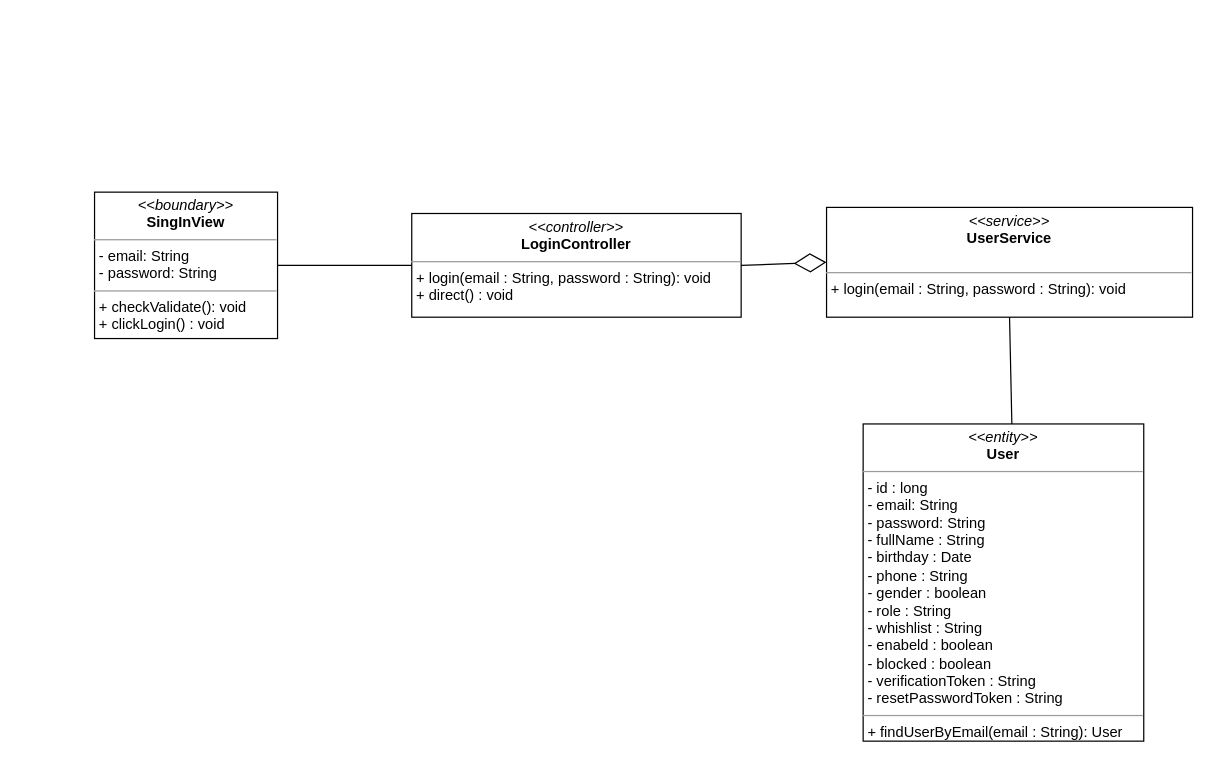
This is class diagram/login-class-diagram.drawio from nguyenphamvan/datn_20202, a draw.io file, before an edit. Source tidied: cells renumbered, new cells numbered last; positions are measured from the earlier drawing's top-left corner, leaving out a move shared by most shapes. Both pictures are drawn from the tidied source at 122%, with x=0, y=0 at pixel (94, 192).
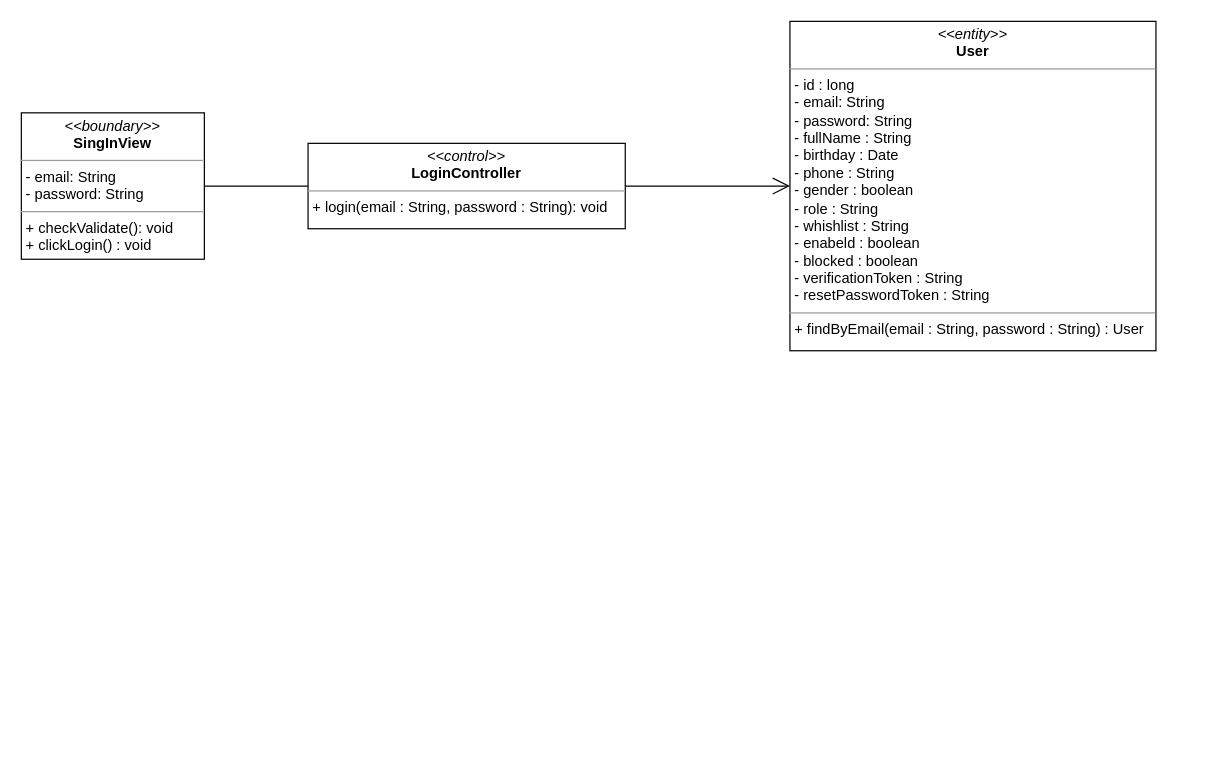
The same diagram, later.

What changed in the source:
```diff
@@
 <mxGraphModel>
   <root>
     <mxCell id="0" />
     <mxCell id="1" parent="0" />
     <mxCell id="2" value="&lt;p style=&quot;margin: 0px ; margin-top: 4px ; text-align: center&quot;&gt;&lt;i&gt;&amp;lt;&amp;lt;boundary&amp;gt;&amp;gt;&lt;/i&gt;&lt;br&gt;&lt;b&gt;SingInView&lt;/b&gt;&lt;/p&gt;&lt;hr size=&quot;1&quot;&gt;&lt;p style=&quot;margin: 0px ; margin-left: 4px&quot;&gt;- email: String&lt;br&gt;- password: String&lt;/p&gt;&lt;hr size=&quot;1&quot;&gt;&lt;p style=&quot;margin: 0px ; margin-left: 4px&quot;&gt;+ checkValidate(): void&lt;/p&gt;&lt;p style=&quot;margin: 0px ; margin-left: 4px&quot;&gt;+ clickLogin() : void&lt;/p&gt;" style="verticalAlign=top;align=left;overflow=fill;fontSize=12;fontFamily=Helvetica;html=1;" parent="1" vertex="1">
-      <mxGeometry width="150" height="120" as="geometry" />
+      <mxGeometry x="-60" y="-65" width="150" height="120" as="geometry" />
     </mxCell>
-    <mxCell id="3" value="&lt;p style=&quot;margin: 0px ; margin-top: 4px ; text-align: center&quot;&gt;&lt;i&gt;&amp;lt;&amp;lt;controller&amp;gt;&amp;gt;&lt;/i&gt;&lt;br&gt;&lt;b&gt;LoginController&lt;/b&gt;&lt;/p&gt;&lt;hr size=&quot;1&quot;&gt;&lt;p style=&quot;margin: 0px ; margin-left: 4px&quot;&gt;+ login(email : String, password : String): void&lt;br&gt;&lt;/p&gt;&lt;p style=&quot;margin: 0px ; margin-left: 4px&quot;&gt;+ direct() : void&lt;/p&gt;" style="verticalAlign=top;align=left;overflow=fill;fontSize=12;fontFamily=Helvetica;html=1;" parent="1" vertex="1">
-      <mxGeometry x="260" y="17.5" width="270" height="85" as="geometry" />
-    </mxCell>
-    <mxCell id="4" style="endArrow=none;html=1;edgeStyle=orthogonalEdgeStyle;exitX=1;exitY=0.5;exitDx=0;exitDy=0;entryX=0;entryY=0.5;entryDx=0;entryDy=0;" parent="1" edge="1" source="2" target="3">
+    <mxCell id="4" style="endArrow=none;html=1;edgeStyle=orthogonalEdgeStyle;exitX=1;exitY=0.5;exitDx=0;exitDy=0;" parent="1" edge="1" source="2" target="9">
       <mxGeometry relative="1" as="geometry" />
     </mxCell>
-    <mxCell id="5" value="&lt;p style=&quot;margin: 0px ; margin-top: 4px ; text-align: center&quot;&gt;&lt;i&gt;&amp;lt;&amp;lt;service&amp;gt;&amp;gt;&lt;/i&gt;&lt;br&gt;&lt;b&gt;UserService&lt;/b&gt;&lt;/p&gt;&lt;p style=&quot;margin: 0px ; margin-left: 4px&quot;&gt;&lt;br&gt;&lt;/p&gt;&lt;hr size=&quot;1&quot;&gt;&lt;p style=&quot;margin: 0px ; margin-left: 4px&quot;&gt;+ login(email : String, password : String): void&lt;/p&gt;" style="verticalAlign=top;align=left;overflow=fill;fontSize=12;fontFamily=Helvetica;html=1;" parent="1" vertex="1">
-      <mxGeometry x="600" y="12.5" width="300" height="90" as="geometry" />
-    </mxCell>
-    <mxCell id="6" value="&lt;p style=&quot;margin: 0px ; margin-top: 4px ; text-align: center&quot;&gt;&lt;i&gt;&amp;lt;&amp;lt;entity&amp;gt;&amp;gt;&lt;/i&gt;&lt;br&gt;&lt;b&gt;User&lt;/b&gt;&lt;/p&gt;&lt;hr size=&quot;1&quot;&gt;&lt;p style=&quot;margin: 0px ; margin-left: 4px&quot;&gt;- id : long&lt;/p&gt;&lt;p style=&quot;margin: 0px ; margin-left: 4px&quot;&gt;- email: String&lt;br&gt;- password: String&lt;/p&gt;&lt;p style=&quot;margin: 0px ; margin-left: 4px&quot;&gt;- fullName : String&lt;/p&gt;&lt;p style=&quot;margin: 0px ; margin-left: 4px&quot;&gt;- birthday : Date&lt;/p&gt;&lt;p style=&quot;margin: 0px ; margin-left: 4px&quot;&gt;- phone : String&lt;/p&gt;&lt;p style=&quot;margin: 0px ; margin-left: 4px&quot;&gt;- gender : boolean&lt;/p&gt;&lt;p style=&quot;margin: 0px ; margin-left: 4px&quot;&gt;- role : String&lt;/p&gt;&lt;p style=&quot;margin: 0px ; margin-left: 4px&quot;&gt;- whishlist : String&lt;/p&gt;&lt;p style=&quot;margin: 0px ; margin-left: 4px&quot;&gt;- enabeld : boolean&lt;/p&gt;&lt;p style=&quot;margin: 0px ; margin-left: 4px&quot;&gt;- blocked : boolean&lt;/p&gt;&lt;p style=&quot;margin: 0px ; margin-left: 4px&quot;&gt;- verificationToken : String&lt;/p&gt;&lt;p style=&quot;margin: 0px ; margin-left: 4px&quot;&gt;- resetPasswordToken : String&lt;/p&gt;&lt;hr size=&quot;1&quot;&gt;&lt;p style=&quot;margin: 0px ; margin-left: 4px&quot;&gt;+ findUserByEmail(email : String): User&lt;br&gt;&lt;/p&gt;" style="verticalAlign=top;align=left;overflow=fill;fontSize=12;fontFamily=Helvetica;html=1;" parent="1" vertex="1">
-      <mxGeometry x="630" y="190" width="230" height="260" as="geometry" />
+    <mxCell id="6" value="&lt;p style=&quot;margin: 0px ; margin-top: 4px ; text-align: center&quot;&gt;&lt;i&gt;&amp;lt;&amp;lt;entity&amp;gt;&amp;gt;&lt;/i&gt;&lt;br&gt;&lt;b&gt;User&lt;/b&gt;&lt;/p&gt;&lt;hr size=&quot;1&quot;&gt;&lt;p style=&quot;margin: 0px ; margin-left: 4px&quot;&gt;- id : long&lt;/p&gt;&lt;p style=&quot;margin: 0px ; margin-left: 4px&quot;&gt;- email: String&lt;br&gt;- password: String&lt;/p&gt;&lt;p style=&quot;margin: 0px ; margin-left: 4px&quot;&gt;- fullName : String&lt;/p&gt;&lt;p style=&quot;margin: 0px ; margin-left: 4px&quot;&gt;- birthday : Date&lt;/p&gt;&lt;p style=&quot;margin: 0px ; margin-left: 4px&quot;&gt;- phone : String&lt;/p&gt;&lt;p style=&quot;margin: 0px ; margin-left: 4px&quot;&gt;- gender : boolean&lt;/p&gt;&lt;p style=&quot;margin: 0px ; margin-left: 4px&quot;&gt;- role : String&lt;/p&gt;&lt;p style=&quot;margin: 0px ; margin-left: 4px&quot;&gt;- whishlist : String&lt;/p&gt;&lt;p style=&quot;margin: 0px ; margin-left: 4px&quot;&gt;- enabeld : boolean&lt;/p&gt;&lt;p style=&quot;margin: 0px ; margin-left: 4px&quot;&gt;- blocked : boolean&lt;/p&gt;&lt;p style=&quot;margin: 0px ; margin-left: 4px&quot;&gt;- verificationToken : String&lt;/p&gt;&lt;p style=&quot;margin: 0px ; margin-left: 4px&quot;&gt;- resetPasswordToken : String&lt;/p&gt;&lt;hr size=&quot;1&quot;&gt;&lt;p style=&quot;margin: 0px ; margin-left: 4px&quot;&gt;+ findByEmail(email : String, password : String) : User&lt;/p&gt;" style="verticalAlign=top;align=left;overflow=fill;fontSize=12;fontFamily=Helvetica;html=1;" parent="1" vertex="1">
+      <mxGeometry x="570" y="-140" width="300" height="270" as="geometry" />
     </mxCell>
-    <mxCell id="7" style="endArrow=diamondThin;endFill=0;endSize=24;html=1;exitX=1;exitY=0.5;exitDx=0;exitDy=0;entryX=0;entryY=0.5;entryDx=0;entryDy=0;" parent="1" edge="1" source="3" target="5">
-      <mxGeometry relative="1" as="geometry" />
-    </mxCell>
-    <mxCell id="8" style="endArrow=none;html=1;exitX=0.5;exitY=1;exitDx=0;exitDy=0;entryX=0.53;entryY=0;entryDx=0;entryDy=0;entryPerimeter=0;" parent="1" edge="1" source="5" target="6">
-      <mxGeometry relative="1" as="geometry" />
-    </mxCell>
+    <mxCell id="9" value="&lt;p style=&quot;margin: 0px ; margin-top: 4px ; text-align: center&quot;&gt;&lt;i&gt;&amp;lt;&amp;lt;control&amp;gt;&amp;gt;&lt;/i&gt;&lt;br&gt;&lt;b&gt;LoginController&lt;/b&gt;&lt;/p&gt;&lt;hr size=&quot;1&quot;&gt;&lt;p style=&quot;margin: 0px ; margin-left: 4px&quot;&gt;+ login(email : String, password : String): void&lt;br&gt;&lt;/p&gt;" style="verticalAlign=top;align=left;overflow=fill;fontSize=12;fontFamily=Helvetica;html=1;" parent="1" vertex="1">
+      <mxGeometry x="175" y="-40" width="260" height="70" as="geometry" />
+    </mxCell>
+    <mxCell id="10" style="endArrow=open;endFill=1;endSize=12;html=1;" parent="1" edge="1" source="9" target="6">
+      <mxGeometry relative="1" as="geometry" />
+    </mxCell>
   </root>
 </mxGraphModel>
```
